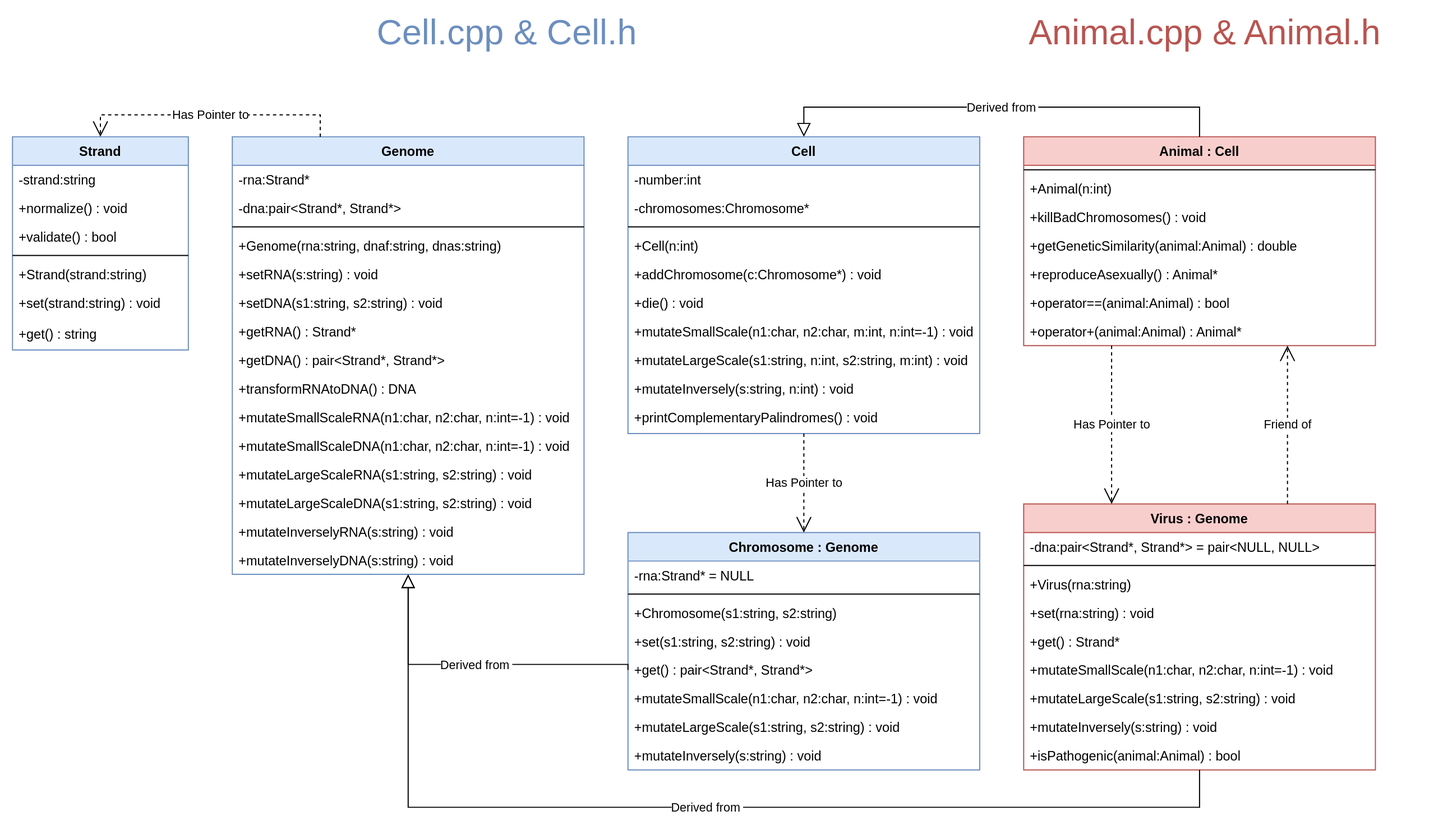
The draw.io diagram schema/classes.svg in k-forghani/class-of-life, before a commit. Source tidied: cells renumbered, new cells last; positions are measured from the earlier drawing's top-left corner, leaving out a move shared by most shapes.
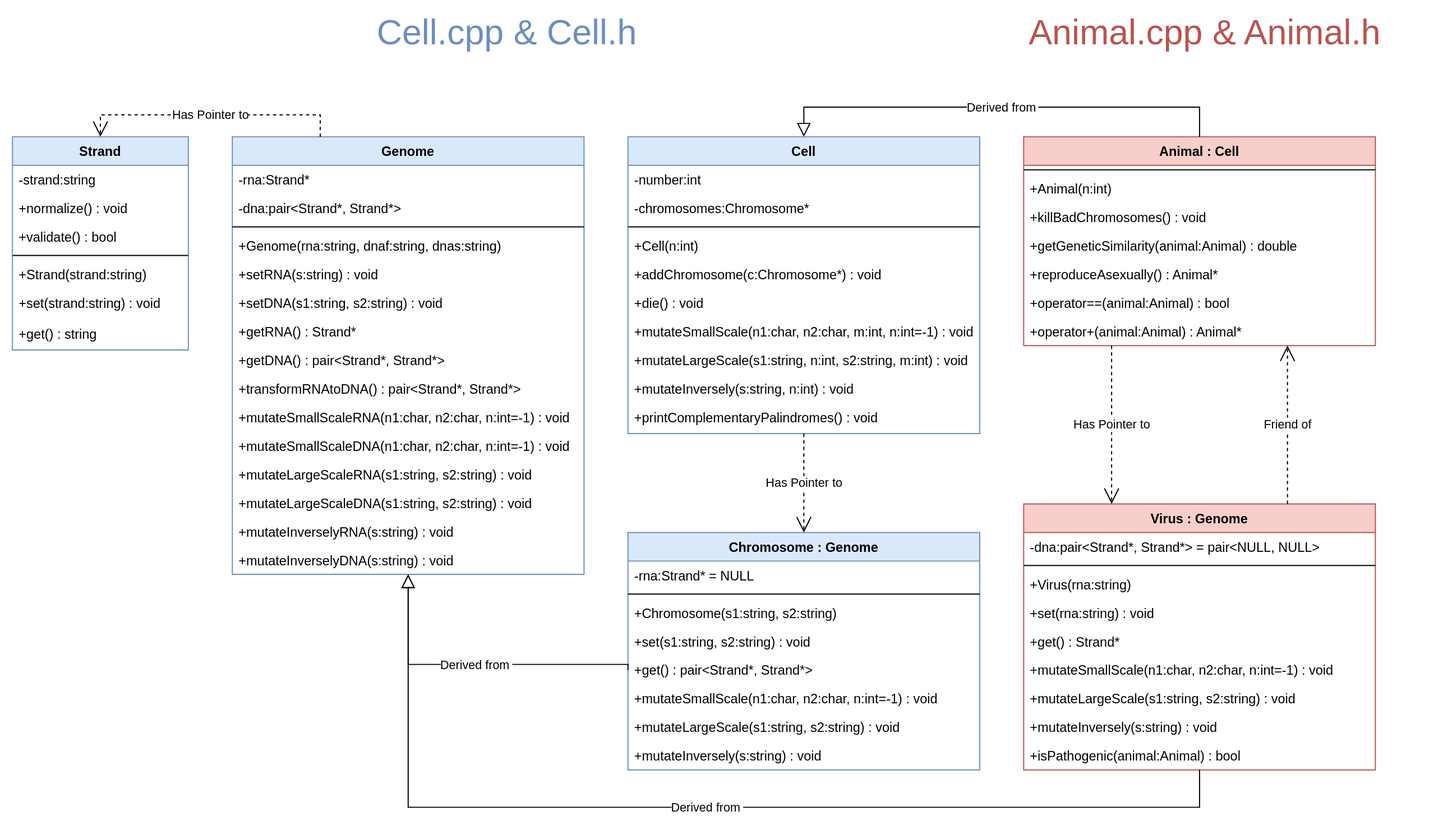
After the commit.

Commit message:
Fixed classes schema

What changed in the source:
```diff
@@ -29,7 +29,7 @@
     <mxCell id="10" value="+getDNA() : pair&lt;Strand*, Strand*&gt;" style="text;align=left;verticalAlign=top;spacingLeft=4;spacingRight=4;overflow=hidden;" parent="2" vertex="1">
       <mxGeometry y="190" width="320" height="26" as="geometry" />
     </mxCell>
-    <mxCell id="11" value="+transformRNAtoDNA() : DNA" style="text;align=left;verticalAlign=top;spacingLeft=4;spacingRight=4;overflow=hidden;" parent="2" vertex="1">
+    <mxCell id="11" value="+transformRNAtoDNA() : pair&lt;Strand*, Strand*&gt;" style="text;align=left;verticalAlign=top;spacingLeft=4;spacingRight=4;overflow=hidden;" parent="2" vertex="1">
       <mxGeometry y="216" width="320" height="26" as="geometry" />
     </mxCell>
     <mxCell id="12" value="+mutateSmallScaleRNA(n1:char, n2:char, n:int=-1) : void" style="text;align=left;verticalAlign=top;spacingLeft=4;spacingRight=4;overflow=hidden;" parent="2" vertex="1">
```
